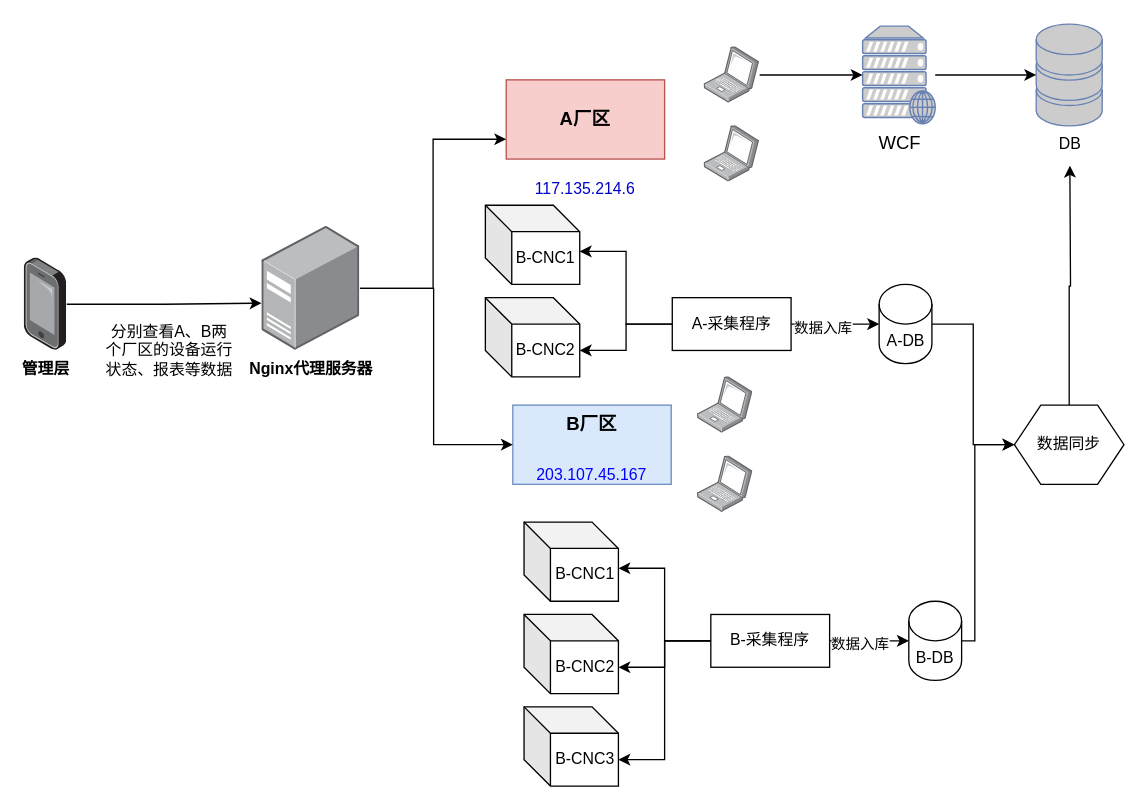
This is 未命名绘图.drawio from jglie/Hello-World, a draw.io file, before an edit. Source tidied: cells renumbered, new cells numbered last; positions are measured from the earlier drawing's top-left corner, leaving out a move shared by most shapes. Both pictures are drawn from the tidied source at 132%, with x=0, y=0 at pixel (24, 24).
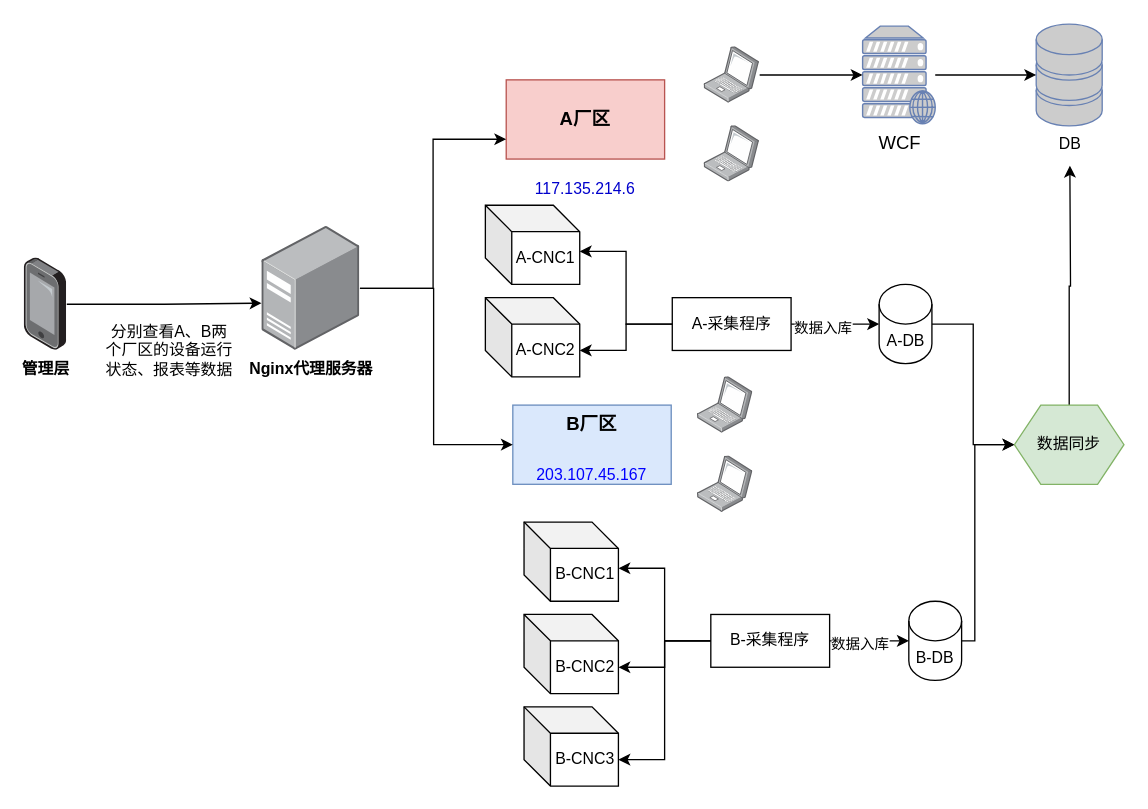
The same page after the edit.

Commit message (it also covers changes not shown here):
DY项目软件架构图.drawio

Diff of the diagram source:
```diff
@@
-    <mxCell id="31" value="B-CNC1" style="shape=cube;whiteSpace=wrap;html=1;boundedLbl=1;backgroundOutline=1;darkOpacity=0.05;darkOpacity2=0.1;" parent="1" vertex="1">
+    <mxCell id="31" value="A-CNC1" style="shape=cube;whiteSpace=wrap;html=1;boundedLbl=1;backgroundOutline=1;darkOpacity=0.05;darkOpacity2=0.1;" parent="1" vertex="1">
       <mxGeometry x="349.2" y="137" width="71.5" height="60" as="geometry" />
     </mxCell>
@@
-    <mxCell id="35" value="B-CNC2" style="shape=cube;whiteSpace=wrap;html=1;boundedLbl=1;backgroundOutline=1;darkOpacity=0.05;darkOpacity2=0.1;" parent="1" vertex="1">
+    <mxCell id="35" value="A-CNC2" style="shape=cube;whiteSpace=wrap;html=1;boundedLbl=1;backgroundOutline=1;darkOpacity=0.05;darkOpacity2=0.1;" parent="1" vertex="1">
       <mxGeometry x="349.2" y="207" width="71.5" height="60" as="geometry" />
     </mxCell>
@@
-    <mxCell id="40" value="数据同步" style="shape=hexagon;perimeter=hexagonPerimeter2;whiteSpace=wrap;html=1;fixedSize=1;" parent="1" vertex="1">
+    <mxCell id="40" value="数据同步" style="shape=hexagon;perimeter=hexagonPerimeter2;whiteSpace=wrap;html=1;fixedSize=1;fillColor=#d5e8d4;strokeColor=#82b366;" parent="1" vertex="1">
       <mxGeometry x="750" y="288.4" width="83" height="60" as="geometry" />
     </mxCell>
```
